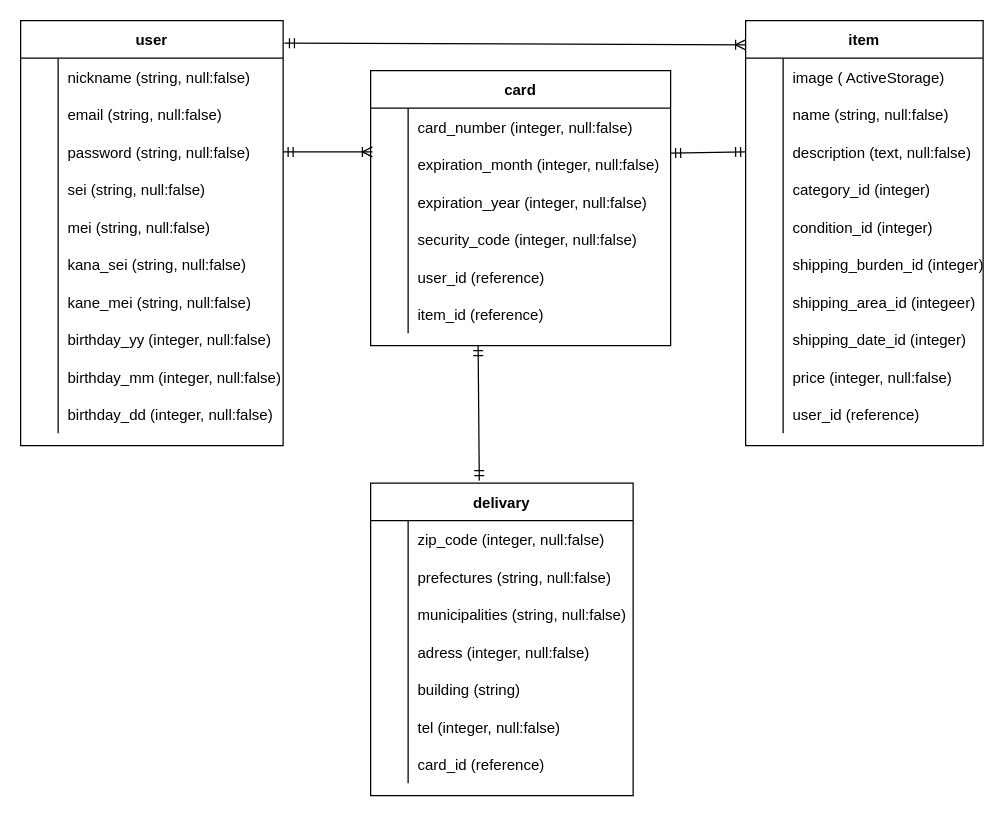
This is furime.dio from yabuuuu/furima-35981, a draw.io file, before an edit. Source tidied: cells renumbered, new cells numbered last; positions are measured from the earlier drawing's top-left corner, leaving out a move shared by most shapes. Both pictures are drawn from the tidied source at 125%, with x=0, y=0 at pixel (20, 20).
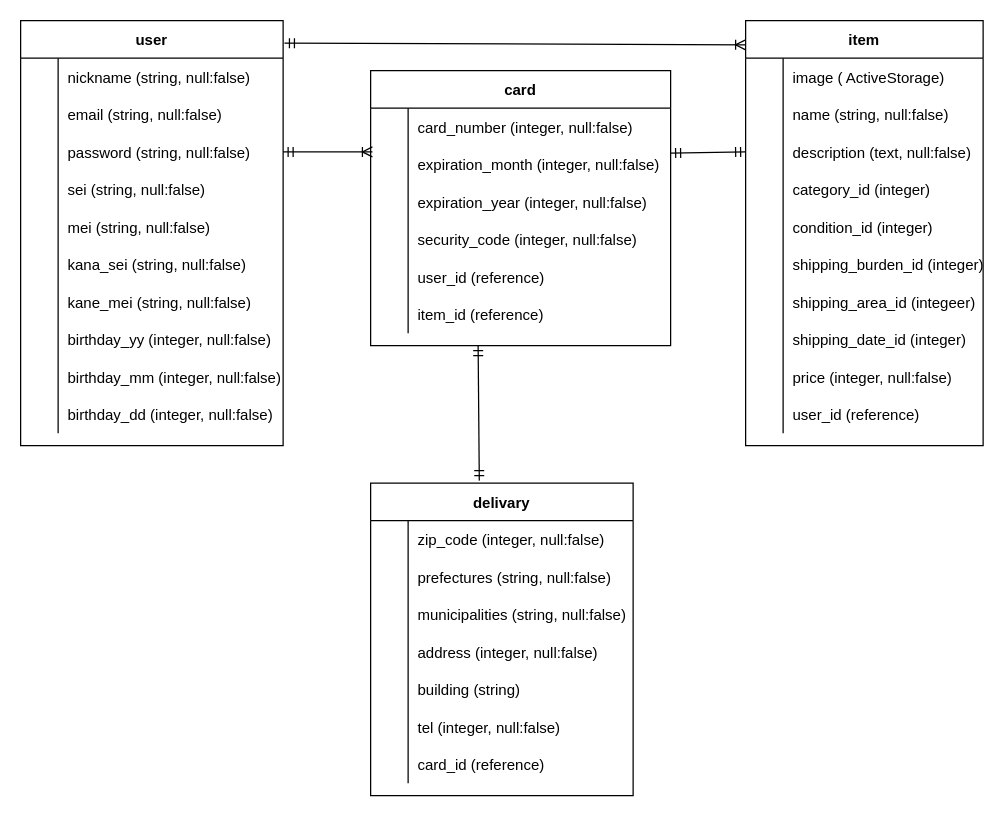
Above is the later version.

Unchanged cells that the change refers to:
```xml
<mxCell id="43" style="shape=partialRectangle;fillColor=none;top=0;left=0;bottom=0;right=0;" parent="33" vertex="1">
  <mxGeometry y="120" width="210" height="30" as="geometry" />
</mxCell>
```

What changed in the source:
```diff
@@
-    <mxCell id="45" value="adress (integer, null:false)" style="shape=partialRectangle;fillColor=none;top=0;left=0;bottom=0;right=0;align=left;spacingLeft=6;overflow=hidden;" parent="43" vertex="1">
+    <mxCell id="45" value="address (integer, null:false)" style="shape=partialRectangle;fillColor=none;top=0;left=0;bottom=0;right=0;align=left;spacingLeft=6;overflow=hidden;" parent="43" vertex="1">
       <mxGeometry x="30" width="180" height="30" as="geometry" />
     </mxCell>
```
